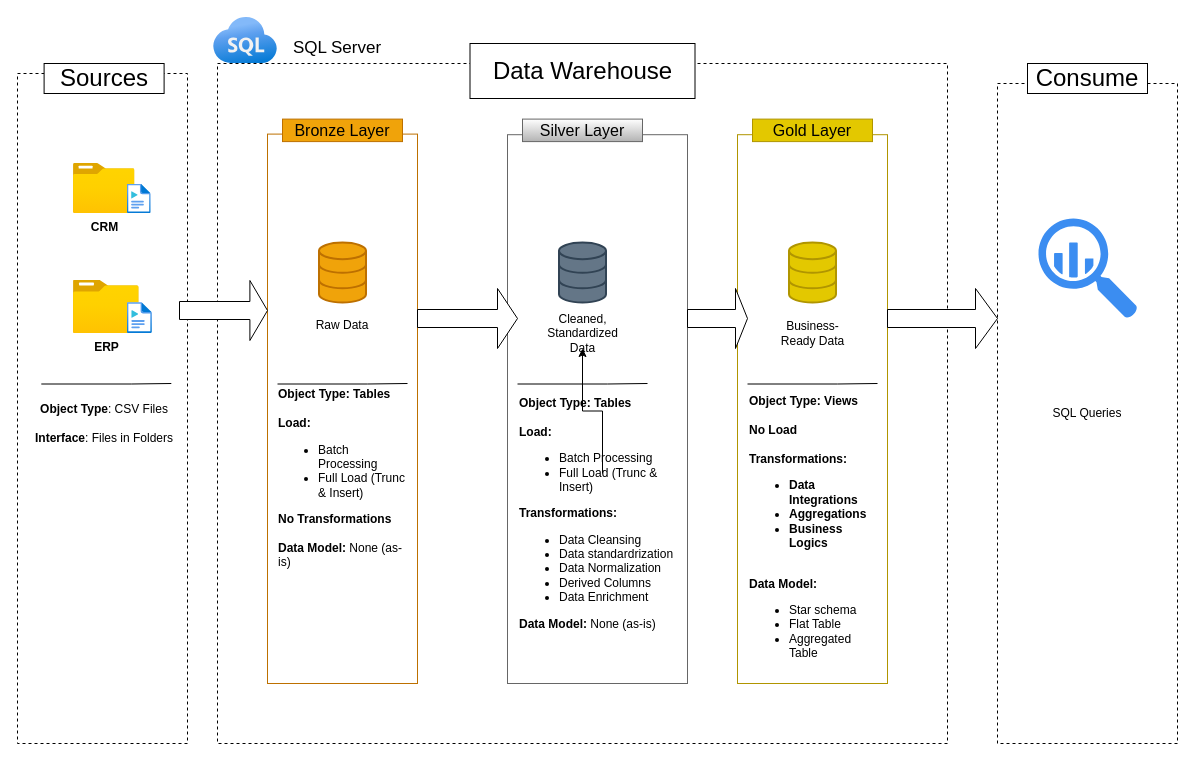
The draw.io diagram page "Page-1" (1 of 3) of docs/Data_Flow_DIagram.drawio in Michael-Beckers/sql_data_warehouse_project, before the edit. Source tidied: cells renumbered, new cells numbered last; positions are measured from the earlier drawing's top-left corner, leaving out a move shared by most shapes. Both pictures are drawn from the tidied source at 100%, with x=0, y=0 at pixel (17, 17).
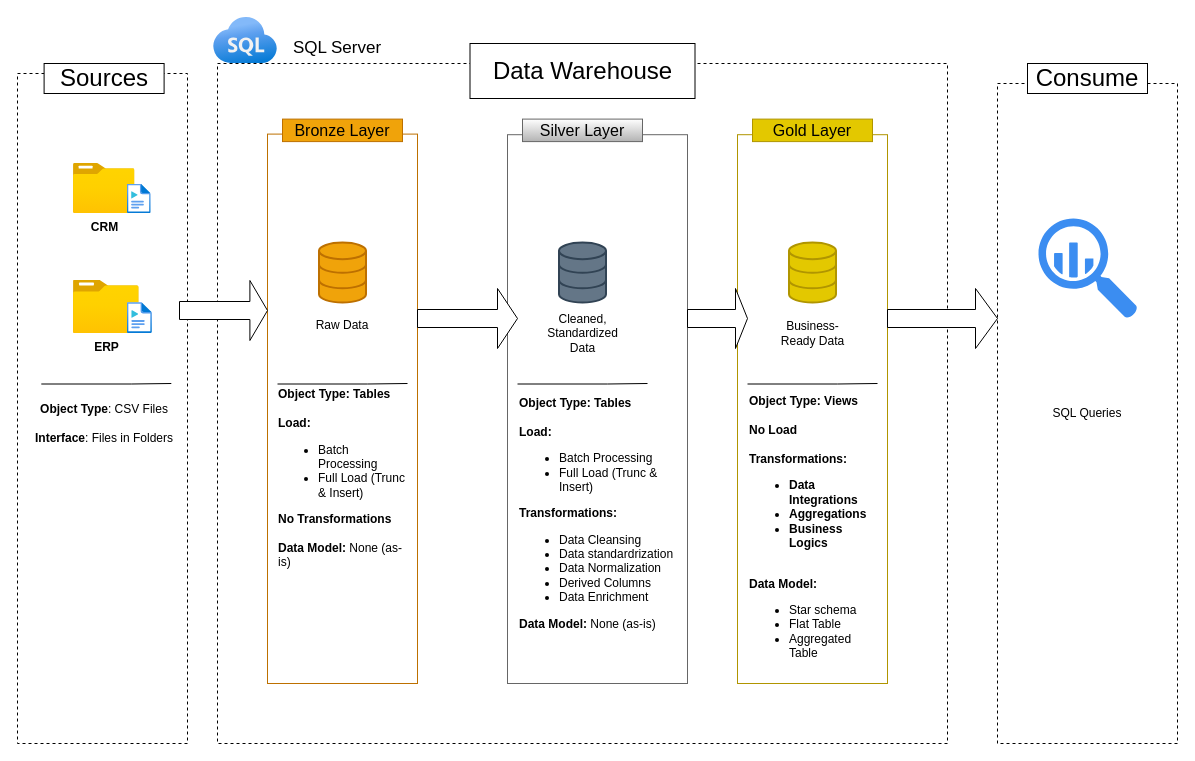
The same page after the edit.

The change refers to these unchanged cells:
```xml
<mxCell id="28" value="Cleaned, Standardized Data" style="text;html=1;whiteSpace=wrap;strokeColor=none;fillColor=none;align=center;verticalAlign=middle;rounded=0;" parent="1" vertex="1">
  <mxGeometry x="517.5" y="301" width="95" height="30" as="geometry" />
</mxCell>
<mxCell id="38" value="&lt;div style=&quot;&quot;&gt;&lt;b style=&quot;background-color: transparent; color: light-dark(rgb(0, 0, 0), rgb(255, 255, 255));&quot;&gt;Object Type: Tables&lt;/b&gt;&lt;/div&gt;&lt;div style=&quot;&quot;&gt;&lt;b&gt;&lt;br&gt;&lt;/b&gt;&lt;/div&gt;&lt;div style=&quot;&quot;&gt;&lt;b&gt;Load:&lt;/b&gt;&lt;/div&gt;&lt;div&gt;&lt;ul&gt;&lt;li style=&quot;&quot;&gt;Batch Processing&lt;/li&gt;&lt;li style=&quot;&quot;&gt;Full Load (Trunc &amp;amp; Insert)&lt;/li&gt;&lt;/ul&gt;&lt;div style=&quot;&quot;&gt;&lt;b&gt;Transformations:&lt;/b&gt;&lt;/div&gt;&lt;div style=&quot;&quot;&gt;&lt;ul&gt;&lt;li&gt;Data Cleansing&lt;/li&gt;&lt;li&gt;Data standardrization&lt;/li&gt;&lt;li&gt;Data Normalization&lt;/li&gt;&lt;li&gt;Derived Columns&lt;/li&gt;&lt;li&gt;Data Enrichment&lt;/li&gt;&lt;/ul&gt;&lt;/div&gt;&lt;div style=&quot;&quot;&gt;&lt;b style=&quot;background-color: transparent; color: light-dark(rgb(0, 0, 0), rgb(255, 255, 255));&quot;&gt;Data Model:&amp;nbsp;&lt;/b&gt;&lt;span style=&quot;background-color: transparent; color: light-dark(rgb(0, 0, 0), rgb(255, 255, 255));&quot;&gt;None (as-is)&lt;/span&gt;&lt;/div&gt;&lt;/div&gt;" style="text;html=1;whiteSpace=wrap;strokeColor=none;fillColor=none;align=left;verticalAlign=middle;rounded=0;" parent="1" vertex="1">
  <mxGeometry x="500" y="456" width="170" height="80" as="geometry" />
</mxCell>
```

The edit, as a diff of the source:
```diff
@@
-    <mxCell id="37" style="edgeStyle=orthogonalEdgeStyle;rounded=0;jettySize=auto;html=1;" parent="1" edge="1" source="38" target="28">
-      <mxGeometry relative="1" as="geometry" />
-    </mxCell>
```
